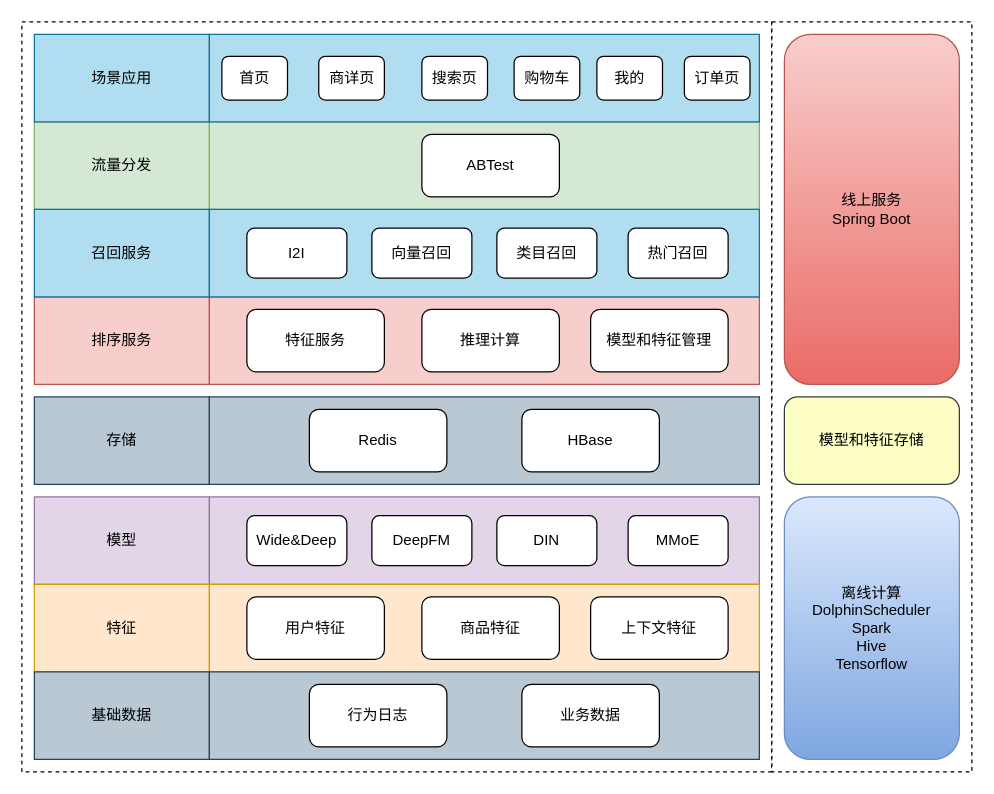
Earlier version of the draw.io diagram engineering/架构设计/三幅推荐系统架构设计.drawio (Wanke15/wanke15.github.io). Source tidied: cells renumbered, new cells numbered last; positions are measured from the earlier drawing's top-left corner, leaving out a move shared by most shapes. Both pictures are drawn from the tidied source at 125%, with x=0, y=0 at pixel (21, 21).
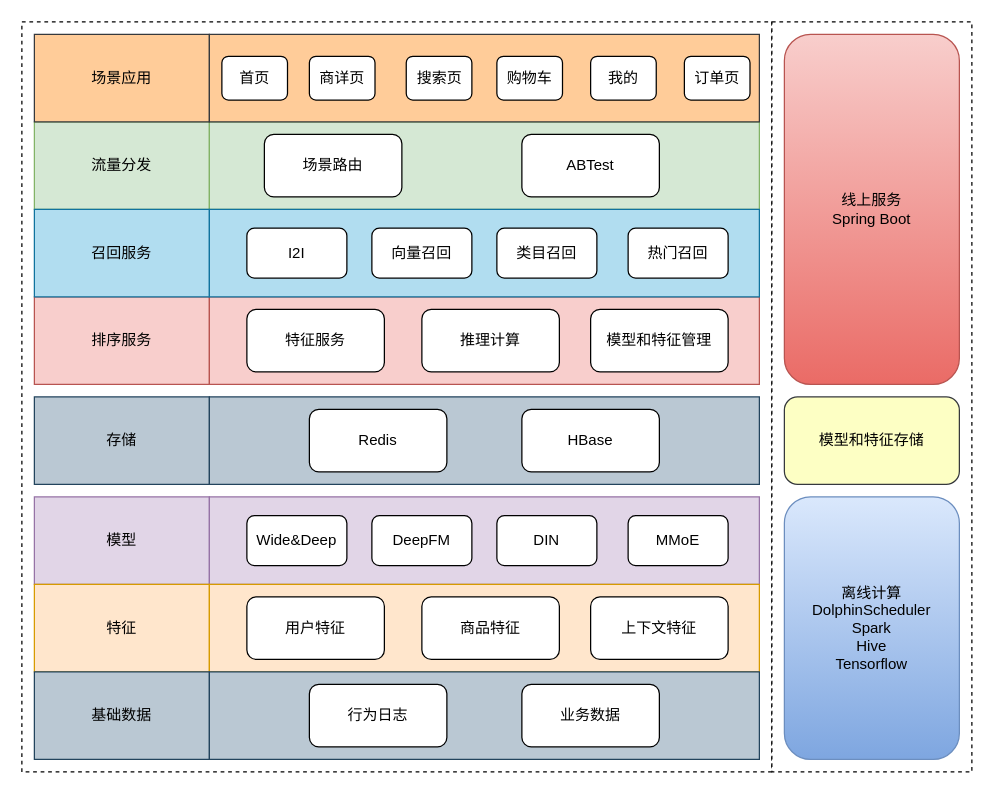
Above is the later version.

Diff of the diagram source:
```diff
@@
     <mxCell id="5" value="ABTest" style="rounded=1;whiteSpace=wrap;html=1;" parent="1" vertex="1">
-      <mxGeometry x="320" y="90" width="110" height="50" as="geometry" />
+      <mxGeometry x="400" y="90" width="110" height="50" as="geometry" />
     </mxCell>
@@
-    <mxCell id="40" value="场景应用" style="rounded=0;whiteSpace=wrap;html=1;fillColor=#b1ddf0;strokeColor=#10739e;" parent="1" vertex="1">
+    <mxCell id="40" value="场景应用" style="rounded=0;whiteSpace=wrap;html=1;fillColor=#ffcc99;strokeColor=#36393d;" parent="1" vertex="1">
       <mxGeometry x="10" y="10" width="140" height="70" as="geometry" />
     </mxCell>
-    <mxCell id="41" style="rounded=0;whiteSpace=wrap;html=1;fillColor=#b1ddf0;strokeColor=#10739e;" parent="1" vertex="1">
+    <mxCell id="41" style="rounded=0;whiteSpace=wrap;html=1;fillColor=#ffcc99;strokeColor=#36393d;" parent="1" vertex="1">
       <mxGeometry x="150" y="10" width="440" height="70" as="geometry" />
     </mxCell>
@@
     <mxCell id="43" value="商详页" style="rounded=1;whiteSpace=wrap;html=1;" parent="1" vertex="1">
-      <mxGeometry x="237.5" y="27.5" width="52.5" height="35" as="geometry" />
+      <mxGeometry x="230" y="27.5" width="52.5" height="35" as="geometry" />
     </mxCell>
     <mxCell id="44" value="搜索页" style="rounded=1;whiteSpace=wrap;html=1;" parent="1" vertex="1">
-      <mxGeometry x="320" y="27.5" width="52.5" height="35" as="geometry" />
+      <mxGeometry x="307.5" y="27.5" width="52.5" height="35" as="geometry" />
     </mxCell>
     <mxCell id="45" value="购物车" style="rounded=1;whiteSpace=wrap;html=1;" parent="1" vertex="1">
-      <mxGeometry x="393.8" y="27.5" width="52.5" height="35" as="geometry" />
+      <mxGeometry x="380" y="27.5" width="52.5" height="35" as="geometry" />
     </mxCell>
     <mxCell id="46" value="我的" style="rounded=1;whiteSpace=wrap;html=1;" parent="1" vertex="1">
-      <mxGeometry x="460" y="27.5" width="52.5" height="35" as="geometry" />
+      <mxGeometry x="455" y="27.5" width="52.5" height="35" as="geometry" />
     </mxCell>
@@
+    <mxCell id="48" value="场景路由" style="rounded=1;whiteSpace=wrap;html=1;" parent="1" vertex="1">
+      <mxGeometry x="194" y="90" width="110" height="50" as="geometry" />
+    </mxCell>
```
